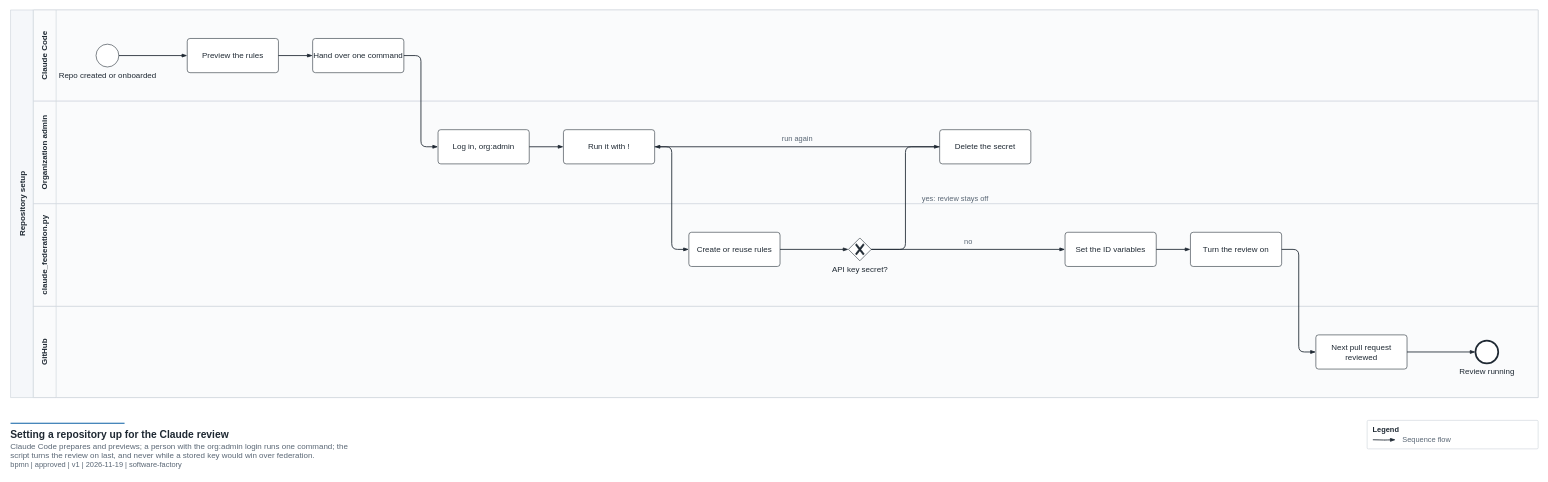
The draw.io diagram docs/diagrams/claude-services-setup.drawio in egov-sofa/software-factory, before the edit. Source tidied: cells renumbered, new cells numbered last; positions are measured from the earlier drawing's top-left corner, leaving out a move shared by most shapes. Both pictures are drawn from the tidied source at 57%, with x=0, y=0 at pixel (10, 10).
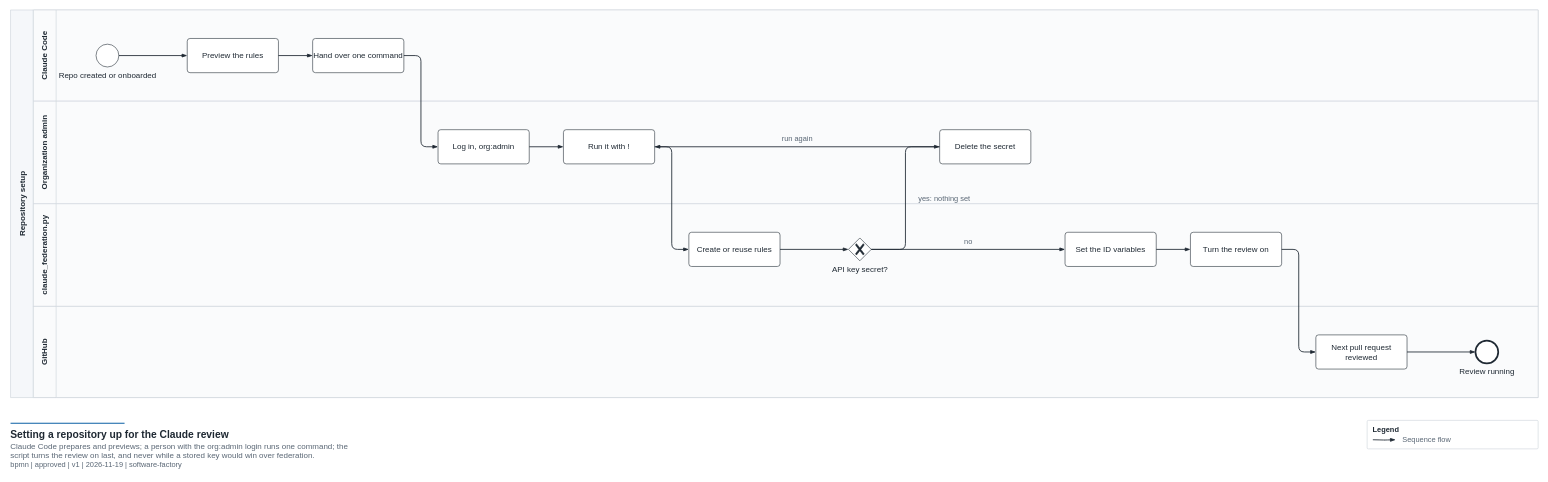
After the change.

Commit message (it also covers changes not shown here):
fix: an overriding key secret anywhere means the script sets nothing

Unchanged cells that the change refers to:
```xml
<mxCell id="10" value="Delete the secret" style="rounded=1;arcSize=8;whiteSpace=wrap;html=1;fillColor=#FFFFFF;strokeColor=#1F2933;strokeWidth=1;fontSize=14;fontColor=#1F2933;align=center;verticalAlign=middle;" parent="7" vertex="1">
  <mxGeometry x="1590" y="50" width="160" height="60" as="geometry" />
</mxCell>
<mxCell id="13" value="API key secret?" style="shape=mxgraph.bpmn.gateway2;gwType=exclusive;outline=none;symbol=general;html=1;fillColor=#FFFFFF;strokeColor=#1F2933;fontSize=14;fontColor=#1F2933;verticalLabelPosition=bottom;verticalAlign=top;labelBackgroundColor=none;" parent="11" vertex="1">
  <mxGeometry x="1430" y="60" width="40" height="40" as="geometry" />
</mxCell>
```

Change to the diagram source:
```diff
@@
-    <mxCell id="26" value="yes: review stays off" style="edgeStyle=orthogonalEdgeStyle;rounded=1;jettySize=auto;html=1;strokeWidth=1.5;endArrow=blockThin;endFill=1;endSize=6;fontSize=13;fontColor=#5A6775;labelBackgroundColor=#FFFFFF;strokeColor=#1F2933;exitX=1;exitY=0.5;exitDx=0;exitDy=0;entryX=0;entryY=0.5;entryDx=0;entryDy=0;verticalAlign=middle;labelBackgroundColor=none;" parent="1" edge="1" source="13" target="10">
+    <mxCell id="26" value="yes: nothing set" style="edgeStyle=orthogonalEdgeStyle;rounded=1;jettySize=auto;html=1;strokeWidth=1.5;endArrow=blockThin;endFill=1;endSize=6;fontSize=13;fontColor=#5A6775;labelBackgroundColor=#FFFFFF;strokeColor=#1F2933;exitX=1;exitY=0.5;exitDx=0;exitDy=0;entryX=0;entryY=0.5;entryDx=0;entryDy=0;verticalAlign=middle;labelBackgroundColor=none;" parent="1" edge="1" source="13" target="10">
       <mxGeometry relative="1" as="geometry">
-        <mxPoint x="87" as="offset" />
+        <mxPoint x="68" as="offset" />
       </mxGeometry>
     </mxCell>
```
